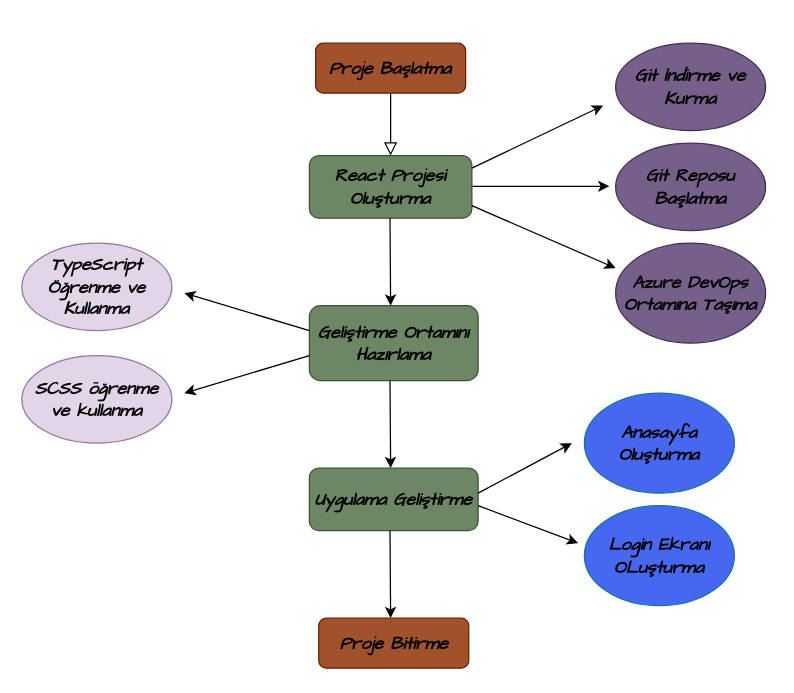
nefisegenc/nefisegenc keeps this draw.io diagram as Untitled Diagram.drawio. Above is the earlier version. Source tidied: cells renumbered, new cells numbered last; positions are measured from the earlier drawing's top-left corner, leaving out a move shared by most shapes. Both pictures are drawn from the tidied source at 125%, with x=0, y=0 at pixel (21, 42).
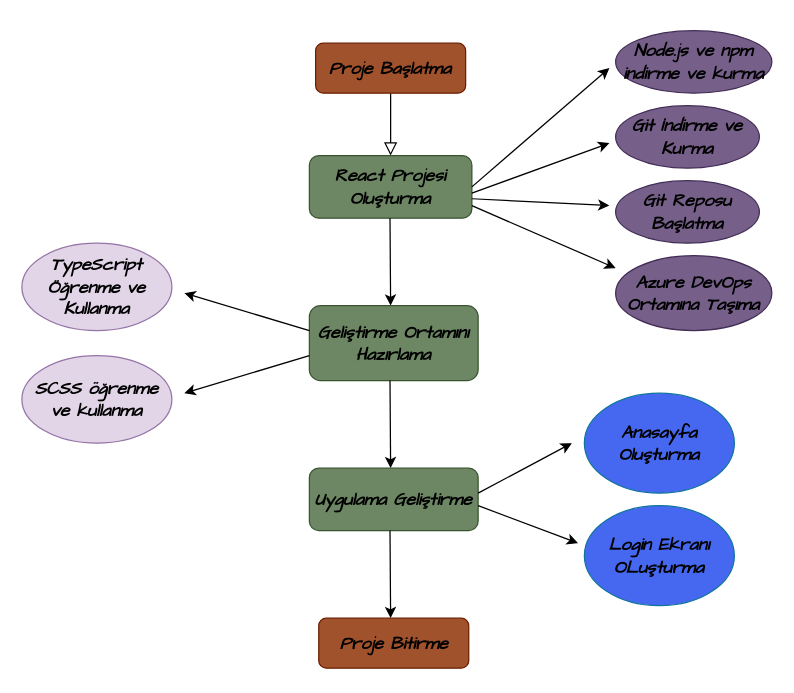
The same diagram, later.

Commit message:
mailing project flowchart

The edit, as a diff of the source:
```diff
@@
     <mxCell id="8" style="endArrow=classic;html=1;rounded=0;" parent="1" edge="1">
       <mxGeometry relative="1" as="geometry">
-        <mxPoint x="360" y="100" as="sourcePoint" />
-        <mxPoint x="465" y="50" as="targetPoint" />
+        <mxPoint x="360" y="120" as="sourcePoint" />
+        <mxPoint x="470" y="80" as="targetPoint" />
       </mxGeometry>
     </mxCell>
     <mxCell id="9" value="&lt;h3&gt;&lt;b&gt;&lt;i&gt;&lt;font color=&quot;#000000&quot; face=&quot;Comic Sans MS&quot;&gt;Git İndirme ve Kurma&lt;/font&gt;&lt;/i&gt;&lt;/b&gt;&lt;/h3&gt;" style="ellipse;whiteSpace=wrap;html=1;fillColor=#76608a;fontColor=#ffffff;strokeColor=#432D57;" parent="1" vertex="1">
-      <mxGeometry x="475" width="120" height="70" as="geometry" />
+      <mxGeometry x="475" y="50" width="115" height="50" as="geometry" />
     </mxCell>
     <mxCell id="10" value="&lt;h3&gt;&lt;b&gt;&lt;i&gt;&lt;font color=&quot;#000000&quot; face=&quot;Comic Sans MS&quot;&gt;Git Reposu Başlatma&lt;/font&gt;&lt;/i&gt;&lt;/b&gt;&lt;/h3&gt;" style="ellipse;whiteSpace=wrap;html=1;fillColor=#76608a;fontColor=#ffffff;strokeColor=#432D57;" parent="1" vertex="1">
-      <mxGeometry x="475" y="80" width="120" height="70" as="geometry" />
+      <mxGeometry x="475" y="110" width="115" height="50" as="geometry" />
     </mxCell>
     <mxCell id="11" style="endArrow=classic;html=1;rounded=0;" parent="1" edge="1">
       <mxGeometry relative="1" as="geometry">
-        <mxPoint x="360" y="114.5" as="sourcePoint" />
-        <mxPoint x="470" y="114.5" as="targetPoint" />
+        <mxPoint x="360" y="124.5" as="sourcePoint" />
+        <mxPoint x="470" y="130" as="targetPoint" />
       </mxGeometry>
     </mxCell>
     <mxCell id="12" value="&lt;h3&gt;&lt;b&gt;&lt;i&gt;&lt;font color=&quot;#000000&quot; face=&quot;Comic Sans MS&quot;&gt;Azure DevOps Ortamına Taşıma&lt;/font&gt;&lt;/i&gt;&lt;/b&gt;&lt;/h3&gt;" style="ellipse;whiteSpace=wrap;html=1;fillColor=#76608a;fontColor=#ffffff;strokeColor=#432D57;" parent="1" vertex="1">
-      <mxGeometry x="475" y="160" width="120" height="80" as="geometry" />
+      <mxGeometry x="475" y="170" width="125" height="60" as="geometry" />
     </mxCell>
@@
+    <mxCell id="25" value="&lt;h3&gt;&lt;b&gt;&lt;i&gt;&lt;font color=&quot;#000000&quot; face=&quot;Comic Sans MS&quot;&gt;Node.js ve npm indirme ve kurma&lt;/font&gt;&lt;/i&gt;&lt;/b&gt;&lt;/h3&gt;" style="ellipse;whiteSpace=wrap;html=1;fillColor=#76608a;fontColor=#ffffff;strokeColor=#432D57;" parent="1" vertex="1">
+      <mxGeometry x="475" y="-10" width="125" height="50" as="geometry" />
+    </mxCell>
+    <mxCell id="26" style="endArrow=classic;html=1;rounded=0;" parent="1" edge="1">
+      <mxGeometry relative="1" as="geometry">
+        <mxPoint x="360" y="115" as="sourcePoint" />
+        <mxPoint x="470" y="20" as="targetPoint" />
+      </mxGeometry>
+    </mxCell>
```
